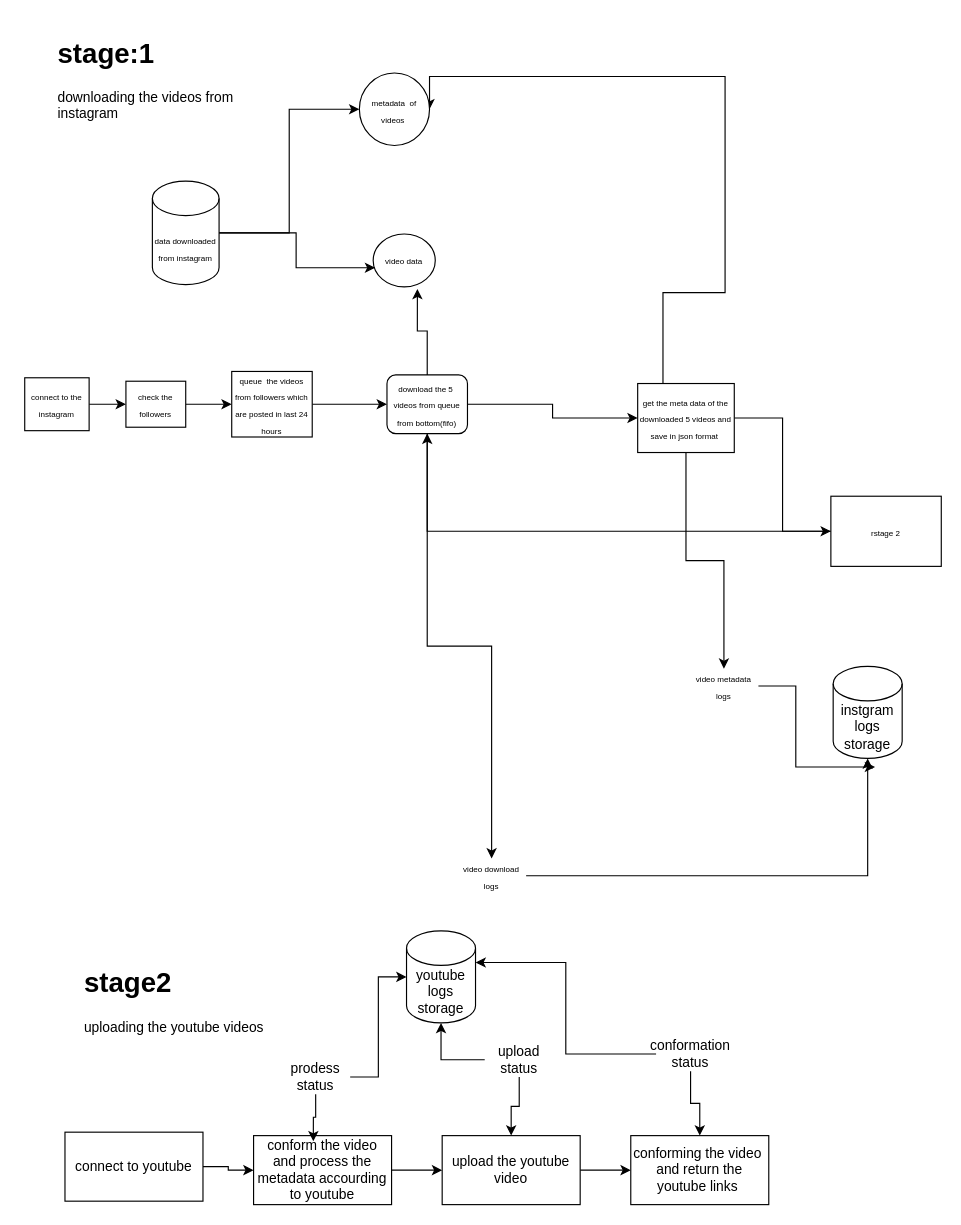
This is Ubasic_software_design.drawio from pavanyendluri588/fully_automated_instgram_to_youtube_meme_expoter, a draw.io file, before an edit. Source tidied: cells renumbered, new cells numbered last; positions are measured from the earlier drawing's top-left corner, leaving out a move shared by most shapes. Both pictures are drawn from the tidied source at 115%, with x=0, y=0 at pixel (24, 31).
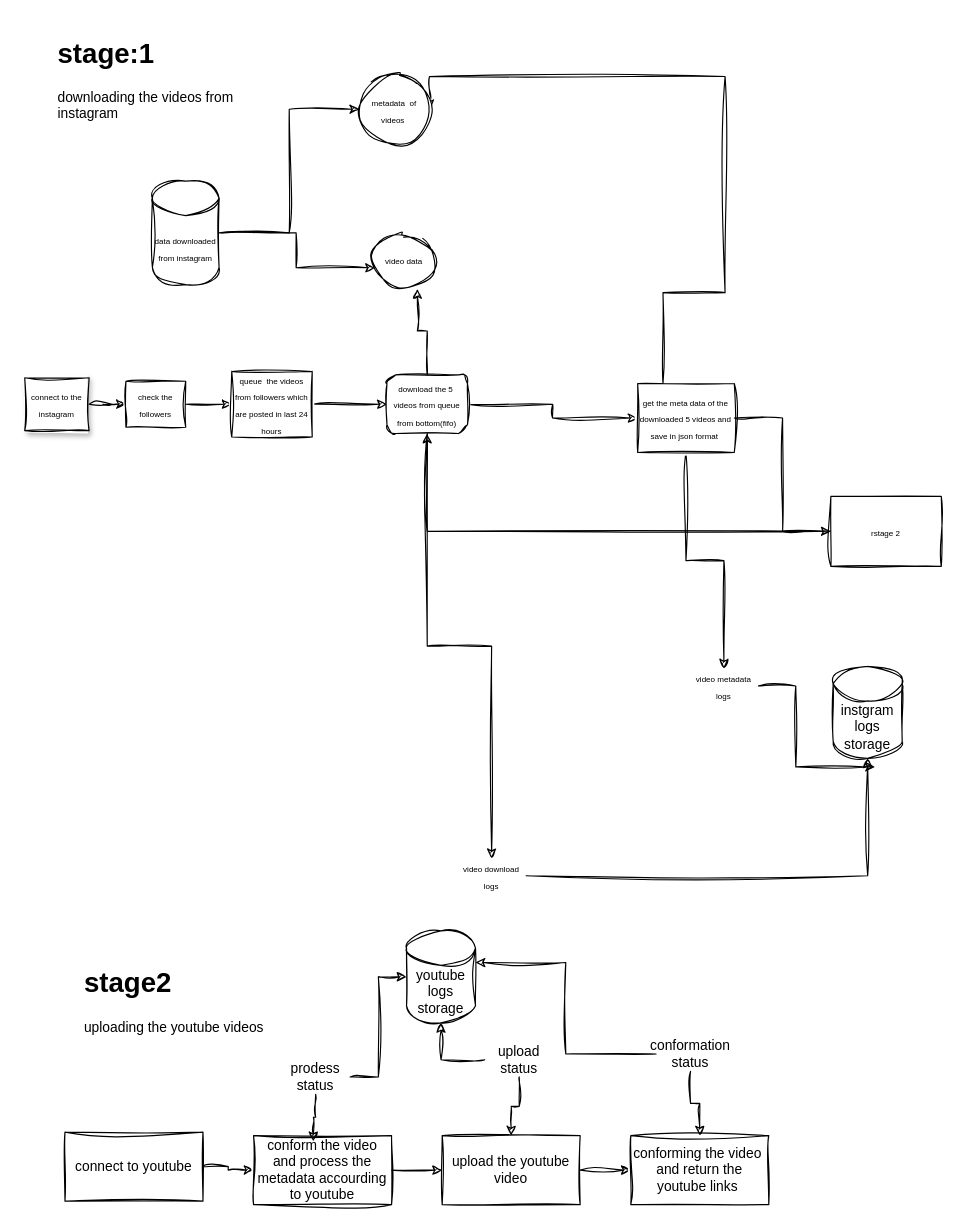
The same page after the edit.

Change to the diagram source:
```diff
@@
-    <mxCell id="2" style="edgeStyle=orthogonalEdgeStyle;rounded=0;jettySize=auto;html=1;fontSize=12;" parent="1" edge="1" source="3" target="5">
+    <mxCell id="2" style="edgeStyle=orthogonalEdgeStyle;rounded=0;jettySize=auto;html=1;fontSize=12;snapToPoint=0;fixDash=0;sketch=1;curveFitting=1;jiggle=2;shadow=0;" parent="1" edge="1" source="3" target="5">
       <mxGeometry relative="1" as="geometry" />
     </mxCell>
-    <mxCell id="3" value="&lt;font style=&quot;font-size: 7px;&quot;&gt;connect to the instagram&lt;/font&gt;" style="rounded=0;whiteSpace=wrap;html=1;fontSize=12;strokeWidth=1;imageWidth=24;" parent="1" vertex="1">
+    <mxCell id="3" value="&lt;font style=&quot;font-size: 7px;&quot;&gt;connect to the instagram&lt;/font&gt;" style="rounded=0;whiteSpace=wrap;html=1;fontSize=12;strokeWidth=1;imageWidth=24;snapToPoint=0;fixDash=0;sketch=1;curveFitting=1;jiggle=2;shadow=1;" parent="1" vertex="1">
       <mxGeometry y="301" width="56" height="46" as="geometry" />
     </mxCell>
-    <mxCell id="4" style="edgeStyle=orthogonalEdgeStyle;rounded=0;jettySize=auto;html=1;entryX=0;entryY=0.5;entryDx=0;entryDy=0;fontSize=12;" parent="1" edge="1" source="5" target="10">
+    <mxCell id="4" style="edgeStyle=orthogonalEdgeStyle;rounded=0;jettySize=auto;html=1;entryX=0;entryY=0.5;entryDx=0;entryDy=0;fontSize=12;snapToPoint=0;fixDash=0;sketch=1;curveFitting=1;jiggle=2;shadow=0;" parent="1" edge="1" source="5" target="10">
       <mxGeometry relative="1" as="geometry" />
     </mxCell>
-    <mxCell id="5" value="&lt;font style=&quot;font-size: 7px;&quot;&gt;check the followers&lt;/font&gt;" style="rounded=0;whiteSpace=wrap;html=1;fontSize=12;" parent="1" vertex="1">
+    <mxCell id="5" value="&lt;font style=&quot;font-size: 7px;&quot;&gt;check the followers&lt;/font&gt;" style="rounded=0;whiteSpace=wrap;html=1;fontSize=12;snapToPoint=0;fixDash=0;sketch=1;curveFitting=1;jiggle=2;shadow=0;" parent="1" vertex="1">
       <mxGeometry x="88" y="304" width="52" height="40" as="geometry" />
     </mxCell>
-    <mxCell id="6" value="instgram logs storage" style="shape=cylinder3;whiteSpace=wrap;html=1;boundedLbl=1;backgroundOutline=1;size=15;fontSize=12;" parent="1" vertex="1">
+    <mxCell id="6" value="instgram logs storage" style="shape=cylinder3;whiteSpace=wrap;html=1;boundedLbl=1;backgroundOutline=1;size=15;fontSize=12;snapToPoint=0;fixDash=0;sketch=1;curveFitting=1;jiggle=2;shadow=0;" parent="1" vertex="1">
       <mxGeometry x="703" y="552" width="60" height="80" as="geometry" />
     </mxCell>
-    <mxCell id="7" style="edgeStyle=orthogonalEdgeStyle;rounded=0;jettySize=auto;html=1;entryX=0;entryY=0.5;entryDx=0;entryDy=0;fontSize=12;" parent="1" edge="1" source="8" target="18">
+    <mxCell id="7" style="edgeStyle=orthogonalEdgeStyle;rounded=0;jettySize=auto;html=1;entryX=0;entryY=0.5;entryDx=0;entryDy=0;fontSize=12;snapToPoint=0;fixDash=0;sketch=1;curveFitting=1;jiggle=2;shadow=0;" parent="1" edge="1" source="8" target="18">
       <mxGeometry relative="1" as="geometry" />
     </mxCell>
-    <mxCell id="8" value="&lt;font style=&quot;font-size: 7px;&quot;&gt;data downloaded from instagram&lt;/font&gt;" style="shape=cylinder3;whiteSpace=wrap;html=1;boundedLbl=1;backgroundOutline=1;size=15;fontSize=12;" parent="1" vertex="1">
+    <mxCell id="8" value="&lt;font style=&quot;font-size: 7px;&quot;&gt;data downloaded from instagram&lt;/font&gt;" style="shape=cylinder3;whiteSpace=wrap;html=1;boundedLbl=1;backgroundOutline=1;size=15;fontSize=12;snapToPoint=0;fixDash=0;sketch=1;curveFitting=1;jiggle=2;shadow=0;" parent="1" vertex="1">
       <mxGeometry x="111" y="130" width="58" height="90" as="geometry" />
     </mxCell>
-    <mxCell id="9" style="edgeStyle=orthogonalEdgeStyle;rounded=0;jettySize=auto;html=1;entryX=0;entryY=0.5;entryDx=0;entryDy=0;fontSize=12;" parent="1" edge="1" source="10" target="13">
+    <mxCell id="9" style="edgeStyle=orthogonalEdgeStyle;rounded=0;jettySize=auto;html=1;entryX=0;entryY=0.5;entryDx=0;entryDy=0;fontSize=12;snapToPoint=0;fixDash=0;sketch=1;curveFitting=1;jiggle=2;shadow=0;" parent="1" edge="1" source="10" target="13">
       <mxGeometry relative="1" as="geometry" />
     </mxCell>
-    <mxCell id="10" value="&lt;font style=&quot;font-size: 7px;&quot;&gt;queue&amp;nbsp; the videos from followers which are posted in last 24 hours&lt;/font&gt;" style="rounded=0;whiteSpace=wrap;html=1;fontSize=12;" parent="1" vertex="1">
+    <mxCell id="10" value="&lt;font style=&quot;font-size: 7px;&quot;&gt;queue&amp;nbsp; the videos from followers which are posted in last 24 hours&lt;/font&gt;" style="rounded=0;whiteSpace=wrap;html=1;fontSize=12;snapToPoint=0;fixDash=0;sketch=1;curveFitting=1;jiggle=2;shadow=0;" parent="1" vertex="1">
       <mxGeometry x="180" y="295.5" width="70" height="57" as="geometry" />
     </mxCell>
-    <mxCell id="11" style="edgeStyle=orthogonalEdgeStyle;rounded=0;jettySize=auto;html=1;exitX=1;exitY=0.5;exitDx=0;exitDy=0;entryX=0;entryY=0.5;entryDx=0;entryDy=0;fontSize=12;" parent="1" edge="1" source="13" target="17">
+    <mxCell id="11" style="edgeStyle=orthogonalEdgeStyle;rounded=0;jettySize=auto;html=1;exitX=1;exitY=0.5;exitDx=0;exitDy=0;entryX=0;entryY=0.5;entryDx=0;entryDy=0;fontSize=12;snapToPoint=0;fixDash=0;sketch=1;curveFitting=1;jiggle=2;shadow=0;" parent="1" edge="1" source="13" target="17">
       <mxGeometry relative="1" as="geometry" />
     </mxCell>
-    <mxCell id="12" style="edgeStyle=orthogonalEdgeStyle;rounded=0;jettySize=auto;html=1;" parent="1" edge="1" source="13" target="25">
+    <mxCell id="12" style="edgeStyle=orthogonalEdgeStyle;rounded=0;jettySize=auto;html=1;snapToPoint=0;fixDash=0;sketch=1;curveFitting=1;jiggle=2;shadow=0;" parent="1" edge="1" source="13" target="25">
       <mxGeometry relative="1" as="geometry" />
     </mxCell>
-    <mxCell id="13" value="&lt;font style=&quot;font-size: 7px;&quot;&gt;download the 5&amp;nbsp; videos from queue from bottom(fifo)&lt;/font&gt;" style="rounded=1;whiteSpace=wrap;html=1;fontSize=12;" parent="1" vertex="1">
+    <mxCell id="13" value="&lt;font style=&quot;font-size: 7px;&quot;&gt;download the 5&amp;nbsp; videos from queue from bottom(fifo)&lt;/font&gt;" style="rounded=1;whiteSpace=wrap;html=1;fontSize=12;snapToPoint=0;fixDash=0;sketch=1;curveFitting=1;jiggle=2;shadow=0;" parent="1" vertex="1">
       <mxGeometry x="315" y="298.5" width="70" height="51" as="geometry" />
     </mxCell>
-    <mxCell id="14" style="edgeStyle=orthogonalEdgeStyle;rounded=0;jettySize=auto;html=1;entryX=1;entryY=0.5;entryDx=0;entryDy=0;fontSize=12;" parent="1" edge="1" source="17" target="18">
+    <mxCell id="14" style="edgeStyle=orthogonalEdgeStyle;rounded=0;jettySize=auto;html=1;entryX=1;entryY=0.5;entryDx=0;entryDy=0;fontSize=12;snapToPoint=0;fixDash=0;sketch=1;curveFitting=1;jiggle=2;shadow=0;" parent="1" edge="1" source="17" target="18">
       <mxGeometry relative="1" as="geometry">
         <Array as="points">
           <mxPoint x="555" y="227" />
           <mxPoint x="609" y="227" />
           <mxPoint x="609" y="39" />
         </Array>
       </mxGeometry>
     </mxCell>
-    <mxCell id="15" style="edgeStyle=orthogonalEdgeStyle;rounded=0;jettySize=auto;html=1;entryX=0;entryY=0.5;entryDx=0;entryDy=0;" parent="1" edge="1" source="17" target="27">
+    <mxCell id="15" style="edgeStyle=orthogonalEdgeStyle;rounded=0;jettySize=auto;html=1;entryX=0;entryY=0.5;entryDx=0;entryDy=0;snapToPoint=0;fixDash=0;sketch=1;curveFitting=1;jiggle=2;shadow=0;" parent="1" edge="1" source="17" target="27">
       <mxGeometry relative="1" as="geometry" />
     </mxCell>
-    <mxCell id="16" style="edgeStyle=orthogonalEdgeStyle;rounded=0;jettySize=auto;html=1;entryX=0.5;entryY=0;entryDx=0;entryDy=0;" parent="1" edge="1" source="17" target="22">
+    <mxCell id="16" style="edgeStyle=orthogonalEdgeStyle;rounded=0;jettySize=auto;html=1;entryX=0.5;entryY=0;entryDx=0;entryDy=0;snapToPoint=0;fixDash=0;sketch=1;curveFitting=1;jiggle=2;shadow=0;" parent="1" edge="1" source="17" target="22">
       <mxGeometry relative="1" as="geometry" />
     </mxCell>
-    <mxCell id="17" value="&lt;font style=&quot;font-size: 7px;&quot;&gt;get the meta data of the downloaded 5 videos and save in json format&amp;nbsp;&lt;/font&gt;" style="rounded=0;whiteSpace=wrap;html=1;fontSize=12;" parent="1" vertex="1">
+    <mxCell id="17" value="&lt;font style=&quot;font-size: 7px;&quot;&gt;get the meta data of the downloaded 5 videos and save in json format&amp;nbsp;&lt;/font&gt;" style="rounded=0;whiteSpace=wrap;html=1;fontSize=12;snapToPoint=0;fixDash=0;sketch=1;curveFitting=1;jiggle=2;shadow=0;" parent="1" vertex="1">
       <mxGeometry x="533" y="306" width="84" height="60" as="geometry" />
     </mxCell>
-    <mxCell id="18" value="&lt;font style=&quot;font-size: 7px;&quot;&gt;metadata&amp;nbsp; of videos&amp;nbsp;&lt;/font&gt;" style="ellipse;whiteSpace=wrap;html=1;" parent="1" vertex="1">
+    <mxCell id="18" value="&lt;font style=&quot;font-size: 7px;&quot;&gt;metadata&amp;nbsp; of videos&amp;nbsp;&lt;/font&gt;" style="ellipse;whiteSpace=wrap;html=1;snapToPoint=0;fixDash=0;sketch=1;curveFitting=1;jiggle=2;shadow=0;" parent="1" vertex="1">
       <mxGeometry x="291" y="36" width="61" height="63" as="geometry" />
     </mxCell>
-    <mxCell id="19" value="&lt;font style=&quot;font-size: 7px;&quot;&gt;video data&lt;/font&gt;" style="ellipse;whiteSpace=wrap;html=1;fontSize=12;" parent="1" vertex="1">
+    <mxCell id="19" value="&lt;font style=&quot;font-size: 7px;&quot;&gt;video data&lt;/font&gt;" style="ellipse;whiteSpace=wrap;html=1;fontSize=12;snapToPoint=0;fixDash=0;sketch=1;curveFitting=1;jiggle=2;shadow=0;" parent="1" vertex="1">
       <mxGeometry x="303" y="176" width="54" height="46" as="geometry" />
     </mxCell>
-    <mxCell id="20" style="edgeStyle=orthogonalEdgeStyle;rounded=0;jettySize=auto;html=1;entryX=0.032;entryY=0.638;entryDx=0;entryDy=0;entryPerimeter=0;fontSize=12;" parent="1" edge="1" source="8" target="19">
+    <mxCell id="20" style="edgeStyle=orthogonalEdgeStyle;rounded=0;jettySize=auto;html=1;entryX=0.032;entryY=0.638;entryDx=0;entryDy=0;entryPerimeter=0;fontSize=12;snapToPoint=0;fixDash=0;sketch=1;curveFitting=1;jiggle=2;shadow=0;" parent="1" edge="1" source="8" target="19">
       <mxGeometry relative="1" as="geometry" />
     </mxCell>
-    <mxCell id="21" style="edgeStyle=orthogonalEdgeStyle;rounded=0;jettySize=auto;html=1;entryX=0.712;entryY=1.038;entryDx=0;entryDy=0;entryPerimeter=0;fontSize=12;" parent="1" edge="1" source="13" target="19">
+    <mxCell id="21" style="edgeStyle=orthogonalEdgeStyle;rounded=0;jettySize=auto;html=1;entryX=0.712;entryY=1.038;entryDx=0;entryDy=0;entryPerimeter=0;fontSize=12;snapToPoint=0;fixDash=0;sketch=1;curveFitting=1;jiggle=2;shadow=0;" parent="1" edge="1" source="13" target="19">
       <mxGeometry relative="1" as="geometry" />
     </mxCell>
-    <mxCell id="22" value="&lt;font style=&quot;font-size: 7px;&quot;&gt;video metadata logs&lt;/font&gt;" style="text;html=1;strokeColor=none;fillColor=none;align=center;verticalAlign=middle;whiteSpace=wrap;rounded=0;fontSize=12;" parent="1" vertex="1">
+    <mxCell id="22" value="&lt;font style=&quot;font-size: 7px;&quot;&gt;video metadata logs&lt;/font&gt;" style="text;html=1;strokeColor=none;fillColor=none;align=center;verticalAlign=middle;whiteSpace=wrap;rounded=0;fontSize=12;snapToPoint=0;fixDash=0;sketch=1;curveFitting=1;jiggle=2;shadow=0;" parent="1" vertex="1">
       <mxGeometry x="578" y="554" width="60" height="30" as="geometry" />
     </mxCell>
-    <mxCell id="23" style="edgeStyle=orthogonalEdgeStyle;rounded=0;jettySize=auto;html=1;entryX=0.607;entryY=1.093;entryDx=0;entryDy=0;entryPerimeter=0;fontSize=12;" parent="1" edge="1" source="22" target="6">
+    <mxCell id="23" style="edgeStyle=orthogonalEdgeStyle;rounded=0;jettySize=auto;html=1;entryX=0.607;entryY=1.093;entryDx=0;entryDy=0;entryPerimeter=0;fontSize=12;snapToPoint=0;fixDash=0;sketch=1;curveFitting=1;jiggle=2;shadow=0;" parent="1" edge="1" source="22" target="6">
       <mxGeometry relative="1" as="geometry" />
     </mxCell>
-    <mxCell id="24" style="edgeStyle=orthogonalEdgeStyle;rounded=0;jettySize=auto;html=1;" parent="1" edge="1" source="25" target="6">
+    <mxCell id="24" style="edgeStyle=orthogonalEdgeStyle;rounded=0;jettySize=auto;html=1;snapToPoint=0;fixDash=0;sketch=1;curveFitting=1;jiggle=2;shadow=0;" parent="1" edge="1" source="25" target="6">
       <mxGeometry relative="1" as="geometry" />
     </mxCell>
-    <mxCell id="25" value="&lt;font style=&quot;font-size: 7px;&quot;&gt;video download logs&lt;/font&gt;" style="text;html=1;strokeColor=none;fillColor=none;align=center;verticalAlign=middle;whiteSpace=wrap;rounded=0;fontSize=12;" parent="1" vertex="1">
+    <mxCell id="25" value="&lt;font style=&quot;font-size: 7px;&quot;&gt;video download logs&lt;/font&gt;" style="text;html=1;strokeColor=none;fillColor=none;align=center;verticalAlign=middle;whiteSpace=wrap;rounded=0;fontSize=12;snapToPoint=0;fixDash=0;sketch=1;curveFitting=1;jiggle=2;shadow=0;" parent="1" vertex="1">
       <mxGeometry x="376" y="719" width="60" height="30" as="geometry" />
     </mxCell>
-    <mxCell id="26" style="edgeStyle=orthogonalEdgeStyle;rounded=0;jettySize=auto;html=1;entryX=0.5;entryY=1;entryDx=0;entryDy=0;" parent="1" edge="1" source="27" target="13">
+    <mxCell id="26" style="edgeStyle=orthogonalEdgeStyle;rounded=0;jettySize=auto;html=1;entryX=0.5;entryY=1;entryDx=0;entryDy=0;snapToPoint=0;fixDash=0;sketch=1;curveFitting=1;jiggle=2;shadow=0;" parent="1" edge="1" source="27" target="13">
       <mxGeometry relative="1" as="geometry" />
     </mxCell>
-    <mxCell id="27" value="&lt;font style=&quot;font-size: 7px;&quot;&gt;rstage 2&lt;/font&gt;" style="rounded=0;whiteSpace=wrap;html=1;" parent="1" vertex="1">
+    <mxCell id="27" value="&lt;font style=&quot;font-size: 7px;&quot;&gt;rstage 2&lt;/font&gt;" style="rounded=0;whiteSpace=wrap;html=1;snapToPoint=0;fixDash=0;sketch=1;curveFitting=1;jiggle=2;shadow=0;" parent="1" vertex="1">
       <mxGeometry x="701" y="404" width="96" height="61" as="geometry" />
     </mxCell>
-    <mxCell id="28" value="&lt;h1&gt;stage2&lt;/h1&gt;&lt;div&gt;uploading the youtube videos&amp;nbsp;&lt;/div&gt;" style="text;html=1;strokeColor=none;fillColor=none;spacing=5;spacingTop=-20;whiteSpace=wrap;overflow=hidden;rounded=0;" parent="1" vertex="1">
+    <mxCell id="28" value="&lt;h1&gt;stage2&lt;/h1&gt;&lt;div&gt;uploading the youtube videos&amp;nbsp;&lt;/div&gt;" style="text;html=1;strokeColor=none;fillColor=none;spacing=5;spacingTop=-20;whiteSpace=wrap;overflow=hidden;rounded=0;fixDash=0;sketch=1;curveFitting=1;jiggle=2;shadow=0;" parent="1" vertex="1">
       <mxGeometry x="47" y="808" width="190" height="120" as="geometry" />
     </mxCell>
-    <mxCell id="29" value="&lt;h1&gt;stage:1&lt;/h1&gt;&lt;p&gt;downloading the videos from instagram&lt;/p&gt;" style="text;html=1;strokeColor=none;fillColor=none;spacing=5;spacingTop=-20;whiteSpace=wrap;overflow=hidden;rounded=0;" parent="1" vertex="1">
+    <mxCell id="29" value="&lt;h1&gt;stage:1&lt;/h1&gt;&lt;p&gt;downloading the videos from instagram&lt;/p&gt;" style="text;html=1;strokeColor=none;fillColor=none;spacing=5;spacingTop=-20;whiteSpace=wrap;overflow=hidden;rounded=0;fixDash=0;sketch=1;curveFitting=1;jiggle=2;shadow=1;" parent="1" vertex="1">
       <mxGeometry x="24" width="190" height="120" as="geometry" />
     </mxCell>
-    <mxCell id="30" style="edgeStyle=orthogonalEdgeStyle;rounded=0;jettySize=auto;html=1;" parent="1" edge="1" source="31" target="33">
+    <mxCell id="30" style="edgeStyle=orthogonalEdgeStyle;rounded=0;jettySize=auto;html=1;snapToPoint=0;fixDash=0;sketch=1;curveFitting=1;jiggle=2;shadow=0;" parent="1" edge="1" source="31" target="33">
       <mxGeometry relative="1" as="geometry" />
     </mxCell>
-    <mxCell id="31" value="connect to youtube" style="rounded=0;whiteSpace=wrap;html=1;" parent="1" vertex="1">
+    <mxCell id="31" value="connect to youtube" style="rounded=0;whiteSpace=wrap;html=1;snapToPoint=0;fixDash=0;sketch=1;curveFitting=1;jiggle=2;shadow=0;" parent="1" vertex="1">
       <mxGeometry x="35" y="957" width="120" height="60" as="geometry" />
     </mxCell>
-    <mxCell id="32" style="edgeStyle=orthogonalEdgeStyle;rounded=0;jettySize=auto;html=1;" parent="1" edge="1" source="33" target="35">
+    <mxCell id="32" style="edgeStyle=orthogonalEdgeStyle;rounded=0;jettySize=auto;html=1;snapToPoint=0;fixDash=0;sketch=1;curveFitting=1;jiggle=2;shadow=0;" parent="1" edge="1" source="33" target="35">
       <mxGeometry relative="1" as="geometry" />
     </mxCell>
-    <mxCell id="33" value="conform the video and process the metadata accourding to youtube" style="rounded=0;whiteSpace=wrap;html=1;" parent="1" vertex="1">
+    <mxCell id="33" value="conform the video and process the metadata accourding to youtube" style="rounded=0;whiteSpace=wrap;html=1;snapToPoint=0;fixDash=0;sketch=1;curveFitting=1;jiggle=2;shadow=0;" parent="1" vertex="1">
       <mxGeometry x="199" y="960" width="120" height="60" as="geometry" />
     </mxCell>
-    <mxCell id="34" style="edgeStyle=orthogonalEdgeStyle;rounded=0;jettySize=auto;html=1;" parent="1" edge="1" source="35" target="36">
+    <mxCell id="34" style="edgeStyle=orthogonalEdgeStyle;rounded=0;jettySize=auto;html=1;snapToPoint=0;fixDash=0;sketch=1;curveFitting=1;jiggle=2;shadow=0;" parent="1" edge="1" source="35" target="36">
       <mxGeometry relative="1" as="geometry" />
     </mxCell>
-    <mxCell id="35" value="upload the youtube video" style="rounded=0;whiteSpace=wrap;html=1;" parent="1" vertex="1">
+    <mxCell id="35" value="upload the youtube video" style="rounded=0;whiteSpace=wrap;html=1;snapToPoint=0;fixDash=0;sketch=1;curveFitting=1;jiggle=2;shadow=0;" parent="1" vertex="1">
       <mxGeometry x="363" y="960" width="120" height="60" as="geometry" />
     </mxCell>
-    <mxCell id="36" value="conforming the video&amp;nbsp; and return the youtube links&amp;nbsp;" style="rounded=0;whiteSpace=wrap;html=1;" parent="1" vertex="1">
+    <mxCell id="36" value="conforming the video&amp;nbsp; and return the youtube links&amp;nbsp;" style="rounded=0;whiteSpace=wrap;html=1;snapToPoint=0;fixDash=0;sketch=1;curveFitting=1;jiggle=2;shadow=0;" parent="1" vertex="1">
       <mxGeometry x="527" y="960" width="120" height="60" as="geometry" />
     </mxCell>
-    <mxCell id="37" value="youtube logs storage" style="shape=cylinder3;whiteSpace=wrap;html=1;boundedLbl=1;backgroundOutline=1;size=15;" parent="1" vertex="1">
+    <mxCell id="37" value="youtube logs storage" style="shape=cylinder3;whiteSpace=wrap;html=1;boundedLbl=1;backgroundOutline=1;size=15;snapToPoint=0;fixDash=0;sketch=1;curveFitting=1;jiggle=2;shadow=0;" parent="1" vertex="1">
       <mxGeometry x="332" y="782" width="60" height="80" as="geometry" />
     </mxCell>
-    <mxCell id="38" style="edgeStyle=orthogonalEdgeStyle;rounded=0;jettySize=auto;html=1;entryX=0;entryY=0.5;entryDx=0;entryDy=0;entryPerimeter=0;" parent="1" edge="1" source="39" target="37">
+    <mxCell id="38" style="edgeStyle=orthogonalEdgeStyle;rounded=0;jettySize=auto;html=1;entryX=0;entryY=0.5;entryDx=0;entryDy=0;entryPerimeter=0;snapToPoint=0;fixDash=0;sketch=1;curveFitting=1;jiggle=2;shadow=0;" parent="1" edge="1" source="39" target="37">
       <mxGeometry relative="1" as="geometry" />
     </mxCell>
-    <mxCell id="39" value="prodess status" style="text;html=1;strokeColor=none;fillColor=none;align=center;verticalAlign=middle;whiteSpace=wrap;rounded=0;" parent="1" vertex="1">
+    <mxCell id="39" value="prodess status" style="text;html=1;strokeColor=none;fillColor=none;align=center;verticalAlign=middle;whiteSpace=wrap;rounded=0;snapToPoint=0;fixDash=0;sketch=1;curveFitting=1;jiggle=2;shadow=0;" parent="1" vertex="1">
       <mxGeometry x="223" y="894" width="60" height="30" as="geometry" />
     </mxCell>
-    <mxCell id="40" style="edgeStyle=orthogonalEdgeStyle;rounded=0;jettySize=auto;html=1;" parent="1" edge="1" source="42" target="35">
+    <mxCell id="40" style="edgeStyle=orthogonalEdgeStyle;rounded=0;jettySize=auto;html=1;snapToPoint=0;fixDash=0;sketch=1;curveFitting=1;jiggle=2;shadow=0;" parent="1" edge="1" source="42" target="35">
       <mxGeometry relative="1" as="geometry" />
     </mxCell>
-    <mxCell id="41" style="edgeStyle=orthogonalEdgeStyle;rounded=0;jettySize=auto;html=1;" parent="1" edge="1" source="42" target="37">
+    <mxCell id="41" style="edgeStyle=orthogonalEdgeStyle;rounded=0;jettySize=auto;html=1;snapToPoint=0;fixDash=0;sketch=1;curveFitting=1;jiggle=2;shadow=0;" parent="1" edge="1" source="42" target="37">
       <mxGeometry relative="1" as="geometry" />
     </mxCell>
-    <mxCell id="42" value="upload status" style="text;html=1;strokeColor=none;fillColor=none;align=center;verticalAlign=middle;whiteSpace=wrap;rounded=0;" parent="1" vertex="1">
+    <mxCell id="42" value="upload status" style="text;html=1;strokeColor=none;fillColor=none;align=center;verticalAlign=middle;whiteSpace=wrap;rounded=0;snapToPoint=0;fixDash=0;sketch=1;curveFitting=1;jiggle=2;shadow=0;" parent="1" vertex="1">
       <mxGeometry x="400" y="879" width="60" height="30" as="geometry" />
     </mxCell>
-    <mxCell id="43" style="edgeStyle=orthogonalEdgeStyle;rounded=0;jettySize=auto;html=1;" parent="1" edge="1" source="44" target="36">
+    <mxCell id="43" style="edgeStyle=orthogonalEdgeStyle;rounded=0;jettySize=auto;html=1;snapToPoint=0;fixDash=0;sketch=1;curveFitting=1;jiggle=2;shadow=0;" parent="1" edge="1" source="44" target="36">
       <mxGeometry relative="1" as="geometry" />
     </mxCell>
-    <mxCell id="44" value="conformation status" style="text;html=1;strokeColor=none;fillColor=none;align=center;verticalAlign=middle;whiteSpace=wrap;rounded=0;" parent="1" vertex="1">
+    <mxCell id="44" value="conformation status" style="text;html=1;strokeColor=none;fillColor=none;align=center;verticalAlign=middle;whiteSpace=wrap;rounded=0;snapToPoint=0;fixDash=0;sketch=1;curveFitting=1;jiggle=2;shadow=0;" parent="1" vertex="1">
       <mxGeometry x="549" y="874" width="60" height="30" as="geometry" />
     </mxCell>
-    <mxCell id="45" style="edgeStyle=orthogonalEdgeStyle;rounded=0;jettySize=auto;html=1;entryX=0.433;entryY=0.083;entryDx=0;entryDy=0;entryPerimeter=0;" parent="1" edge="1" source="39" target="33">
+    <mxCell id="45" style="edgeStyle=orthogonalEdgeStyle;rounded=0;jettySize=auto;html=1;entryX=0.433;entryY=0.083;entryDx=0;entryDy=0;entryPerimeter=0;snapToPoint=0;fixDash=0;sketch=1;curveFitting=1;jiggle=2;shadow=0;" parent="1" edge="1" source="39" target="33">
       <mxGeometry relative="1" as="geometry" />
     </mxCell>
-    <mxCell id="46" style="edgeStyle=orthogonalEdgeStyle;rounded=0;jettySize=auto;html=1;entryX=1;entryY=0;entryDx=0;entryDy=27.5;entryPerimeter=0;" parent="1" edge="1" source="44" target="37">
+    <mxCell id="46" style="edgeStyle=orthogonalEdgeStyle;rounded=0;jettySize=auto;html=1;entryX=1;entryY=0;entryDx=0;entryDy=27.5;entryPerimeter=0;snapToPoint=0;fixDash=0;sketch=1;curveFitting=1;jiggle=2;shadow=0;" parent="1" edge="1" source="44" target="37">
       <mxGeometry relative="1" as="geometry" />
     </mxCell>
```
